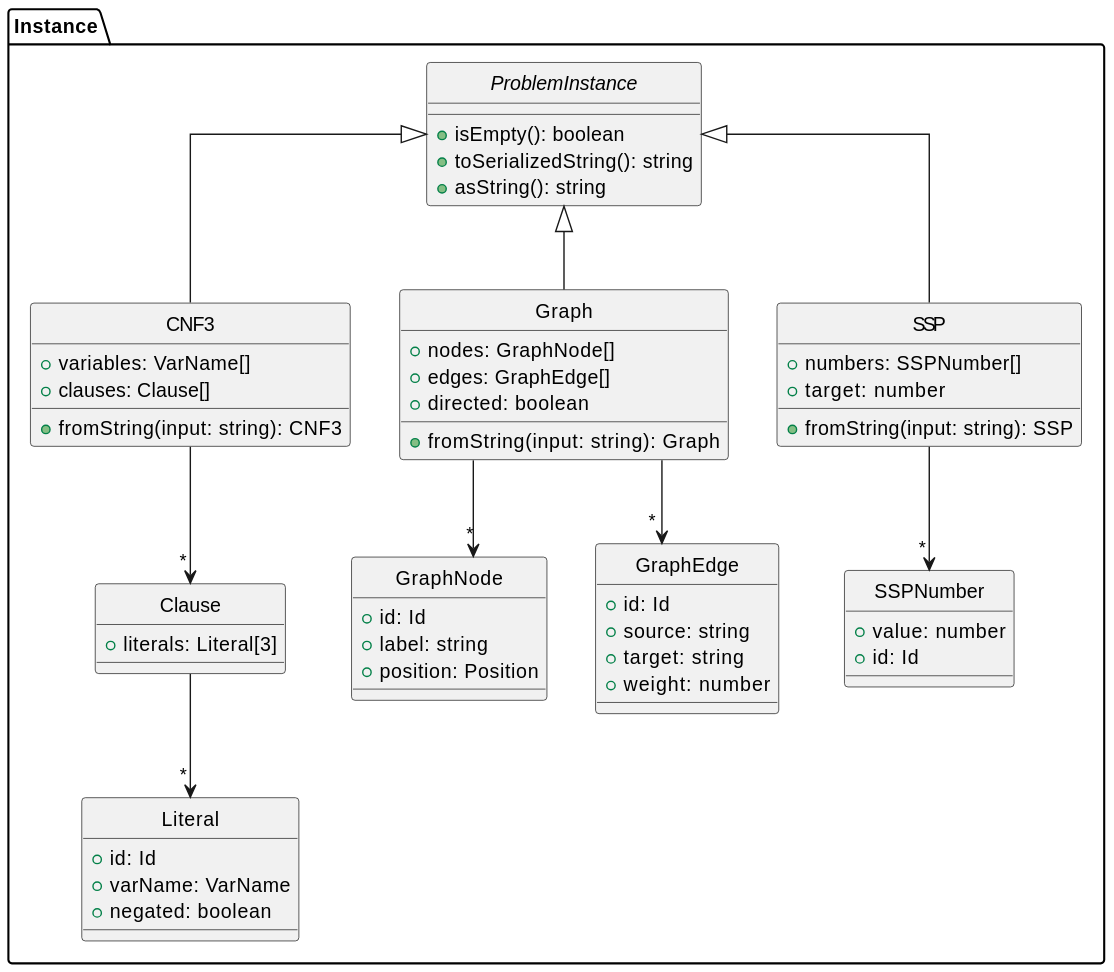
Above: paper/assets/plantuml/instance-class-diagram.svg in phatt-23/BP (PlantUML), before the change.
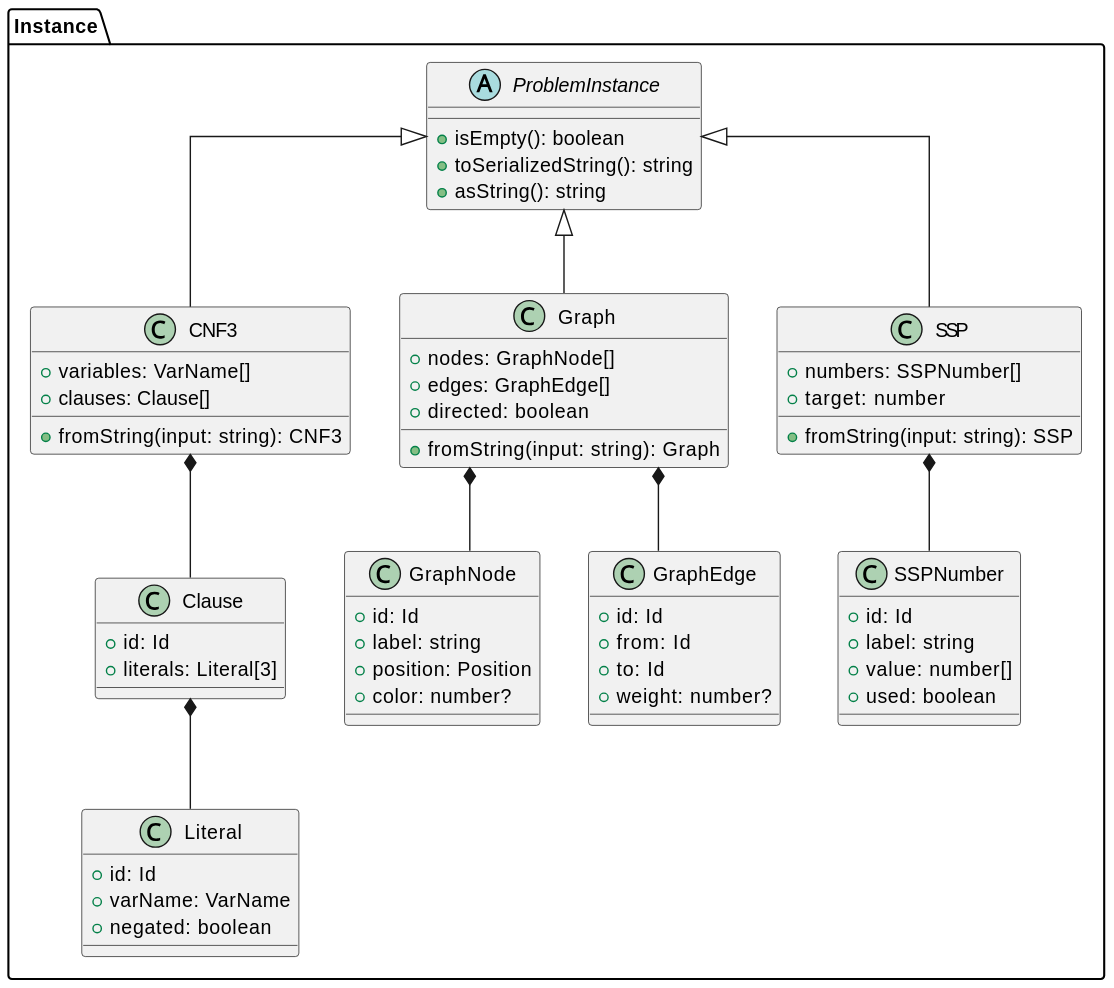
After the commit.

The edit, as a diff of the source:
```diff
@@ -1,6 +1,5 @@
 @startuml
 skinparam linetype ortho
-hide circle
 
 package Instance {
     abstract class ProblemInstance {
@@ -35,6 +34,7 @@
     }
 
     class Clause {
+        +id: Id
         +literals: Literal[3]
     }
 
@@ -42,24 +42,27 @@
         +id: Id
         +label: string
         +position: Position
+        +color: number?
     }
 
     class GraphEdge {
         +id: Id
-        +source: string
-        +target: string
-        +weight: number
+        +from: Id
+        +to: Id
+        +weight: number?
     }
 
     class SSPNumber {
-        +value: number
         +id: Id
+        +label: string
+        +value: number[]
+        +used: boolean
     }
 
-    CNF3 --> "*" Clause
-    Clause --> "*" Literal
-    Graph --> "*" GraphNode
-    Graph --> "*" GraphEdge
-    SSP --> "*" SSPNumber
+    CNF3 *-- Clause
+    Clause *-- Literal
+    Graph *-- GraphNode
+    Graph *-- GraphEdge
+    SSP *-- SSPNumber
 }
 @enduml
```
